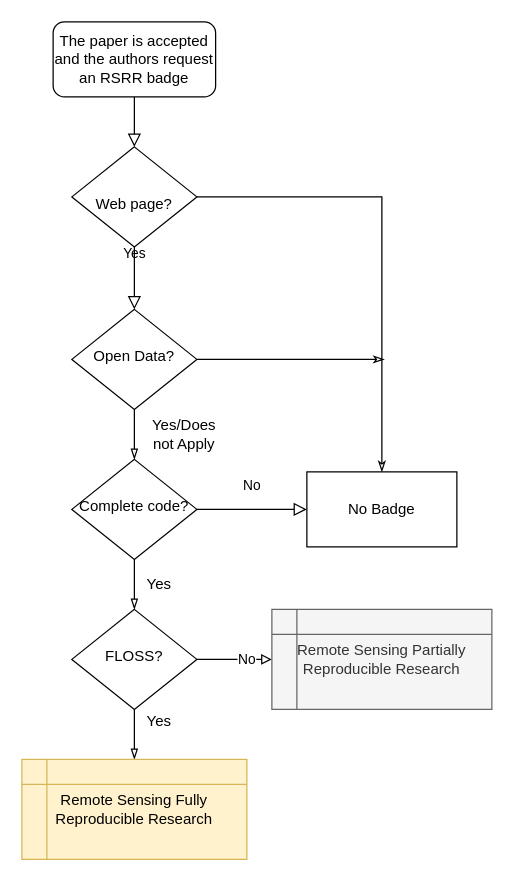
acfrery/Grading-Reproducibility-in-Remote-Sensing-Articles keeps this draw.io diagram as Figures/DrawIO/BadgeAwardingProcess.drawio. Above is the earlier version. Source tidied: cells renumbered, new cells numbered last; positions are measured from the earlier drawing's top-left corner, leaving out a move shared by most shapes. Both pictures are drawn from the tidied source at 125%, with x=0, y=0 at pixel (21, 21).
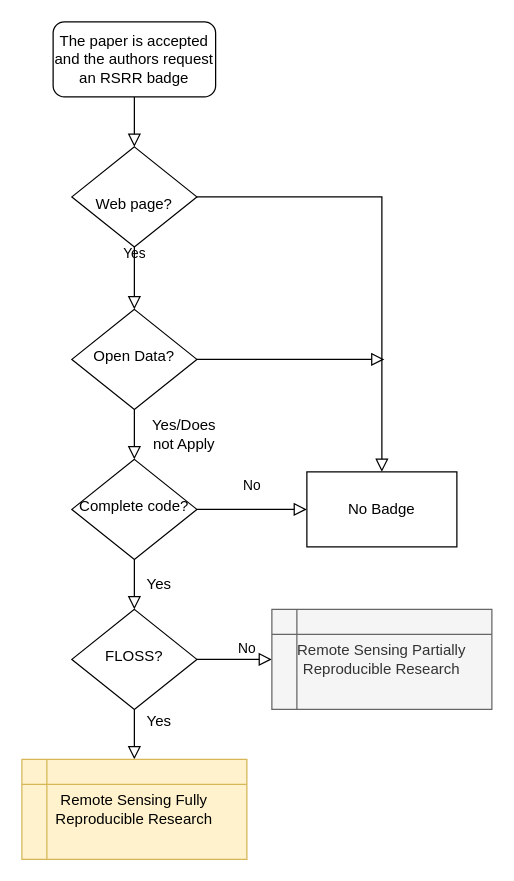
The same diagram, later.

Unchanged cells that the change refers to:
```xml
<mxCell id="7" value="Open Data?" style="rhombus;whiteSpace=wrap;html=1;shadow=0;fontFamily=Helvetica;fontSize=12;align=center;strokeWidth=1;spacing=6;spacingTop=-4;" parent="1" vertex="1">
  <mxGeometry x="40" y="230" width="100" height="80" as="geometry" />
</mxCell>
<mxCell id="9" value="Complete code?" style="rhombus;whiteSpace=wrap;html=1;shadow=0;fontFamily=Helvetica;fontSize=12;align=center;strokeWidth=1;spacing=6;spacingTop=-4;" parent="1" vertex="1">
  <mxGeometry x="40" y="350" width="100" height="80" as="geometry" />
</mxCell>
<mxCell id="12" value="FLOSS?" style="rhombus;whiteSpace=wrap;html=1;shadow=0;fontFamily=Helvetica;fontSize=12;align=center;strokeWidth=1;spacing=6;spacingTop=-4;" parent="1" vertex="1">
  <mxGeometry x="40" y="470" width="100" height="80" as="geometry" />
</mxCell>
<mxCell id="14" value="&lt;br&gt;Web page?" style="rhombus;whiteSpace=wrap;html=1;shadow=0;fontFamily=Helvetica;fontSize=12;align=center;strokeWidth=1;spacing=6;spacingTop=-4;gradientColor=#ffffff;" parent="1" vertex="1">
  <mxGeometry x="40" y="100" width="100" height="80" as="geometry" />
</mxCell>
<mxCell id="19" value="No Badge&lt;br&gt;" style="rounded=0;whiteSpace=wrap;html=1;" parent="1" vertex="1">
  <mxGeometry x="228" y="360" width="120" height="60" as="geometry" />
</mxCell>
```

What changed in the source:
```diff
@@
-    <mxCell id="5" style="edgeStyle=orthogonalEdgeStyle;rounded=0;jettySize=auto;html=1;exitX=0.5;exitY=1;exitDx=0;exitDy=0;entryX=0.5;entryY=0;entryDx=0;entryDy=0;endArrow=blockThin;endFill=0;" parent="1" edge="1" source="7" target="9">
+    <mxCell id="5" style="edgeStyle=orthogonalEdgeStyle;rounded=0;jettySize=auto;html=1;exitX=0.5;exitY=1;exitDx=0;exitDy=0;entryX=0.5;entryY=0;entryDx=0;entryDy=0;endArrow=block;endFill=0;shadow=0;verticalAlign=bottom;strokeWidth=1;labelBackgroundColor=none;endSize=8;" parent="1" edge="1" source="7" target="9">
       <mxGeometry relative="1" as="geometry" />
     </mxCell>
-    <mxCell id="6" style="edgeStyle=orthogonalEdgeStyle;rounded=0;jettySize=auto;html=1;endArrow=classicThin;endFill=0;" parent="1" edge="1" source="7">
+    <mxCell id="6" style="edgeStyle=orthogonalEdgeStyle;rounded=0;jettySize=auto;html=1;endArrow=block;endFill=0;shadow=0;verticalAlign=bottom;strokeWidth=1;labelBackgroundColor=none;endSize=8;" parent="1" edge="1" source="7">
       <mxGeometry relative="1" as="geometry">
         <mxPoint x="290" y="270" as="targetPoint" />
       </mxGeometry>
     </mxCell>
@@
-    <mxCell id="8" style="edgeStyle=orthogonalEdgeStyle;rounded=0;jettySize=auto;html=1;entryX=0.5;entryY=0;entryDx=0;entryDy=0;endArrow=blockThin;endFill=0;" parent="1" edge="1" source="9" target="12">
+    <mxCell id="8" style="edgeStyle=orthogonalEdgeStyle;rounded=0;jettySize=auto;html=1;entryX=0.5;entryY=0;entryDx=0;entryDy=0;endArrow=block;endFill=0;shadow=0;verticalAlign=bottom;strokeWidth=1;labelBackgroundColor=none;endSize=8;" parent="1" edge="1" source="9" target="12">
       <mxGeometry relative="1" as="geometry" />
     </mxCell>
@@
-    <mxCell id="10" style="edgeStyle=orthogonalEdgeStyle;rounded=0;jettySize=auto;html=1;endArrow=blockThin;endFill=0;" parent="1" edge="1" source="12">
+    <mxCell id="10" style="edgeStyle=orthogonalEdgeStyle;rounded=0;jettySize=auto;html=1;endArrow=block;endFill=0;shadow=0;verticalAlign=bottom;strokeWidth=1;labelBackgroundColor=none;endSize=8;" parent="1" edge="1" source="12">
       <mxGeometry relative="1" as="geometry">
         <mxPoint x="90" y="590" as="targetPoint" />
       </mxGeometry>
     </mxCell>
-    <mxCell id="11" value="No" style="edgeStyle=orthogonalEdgeStyle;rounded=0;jettySize=auto;html=1;endArrow=block;endFill=0;" parent="1" edge="1" source="12">
+    <mxCell id="11" value="No" style="edgeStyle=orthogonalEdgeStyle;rounded=0;jettySize=auto;html=1;endArrow=block;endFill=0;shadow=0;verticalAlign=bottom;strokeWidth=1;labelBackgroundColor=none;endSize=8;" parent="1" edge="1" source="12">
       <mxGeometry y="10" relative="1" as="geometry">
         <mxPoint x="200" y="510" as="targetPoint" />
       </mxGeometry>
     </mxCell>
@@
-    <mxCell id="13" style="edgeStyle=orthogonalEdgeStyle;rounded=0;jettySize=auto;html=1;endArrow=classicThin;endFill=0;entryX=0.5;entryY=0;entryDx=0;entryDy=0;" parent="1" edge="1" source="14" target="19">
+    <mxCell id="13" style="edgeStyle=orthogonalEdgeStyle;rounded=0;jettySize=auto;html=1;endArrow=block;endFill=0;entryX=0.5;entryY=0;entryDx=0;entryDy=0;shadow=0;verticalAlign=bottom;strokeWidth=1;labelBackgroundColor=none;endSize=8;" parent="1" edge="1" source="14" target="19">
       <mxGeometry relative="1" as="geometry" />
     </mxCell>
```
